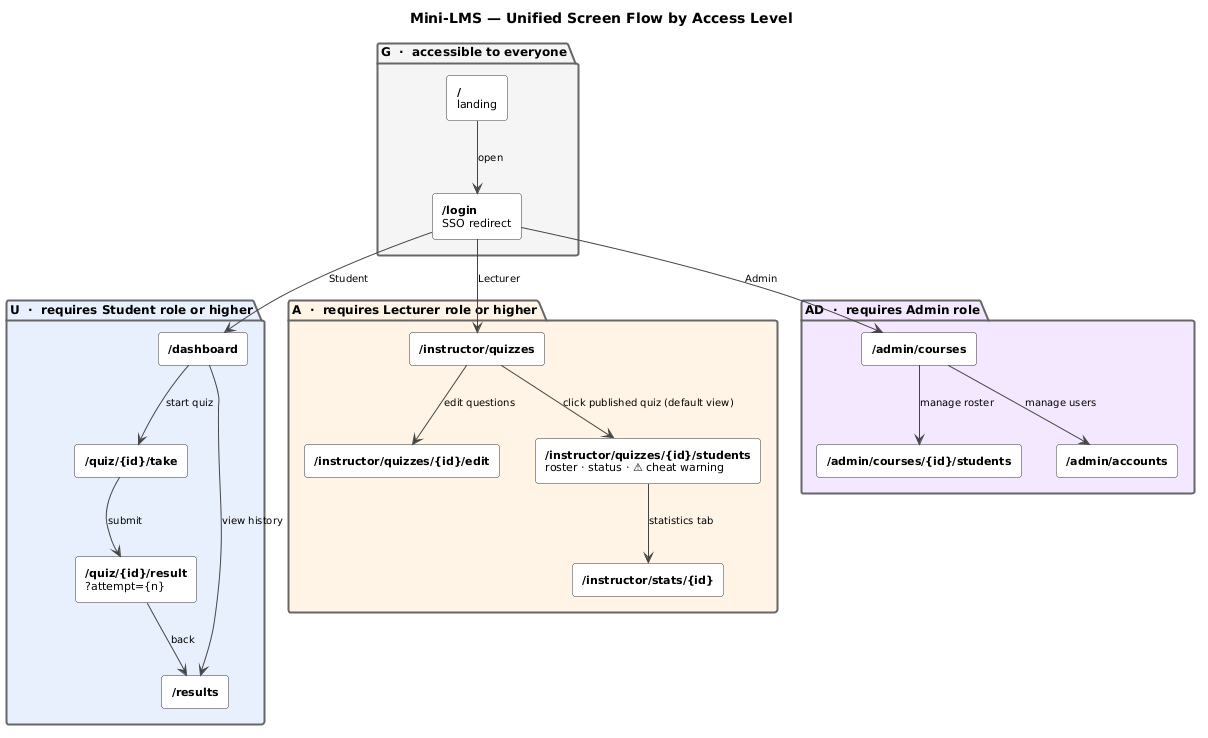
The PlantUML diagram docs/images/flow.png in SE-FDA-NEU-AI66B/AI66B-G3-D3-Mini-LMS, before a commit.
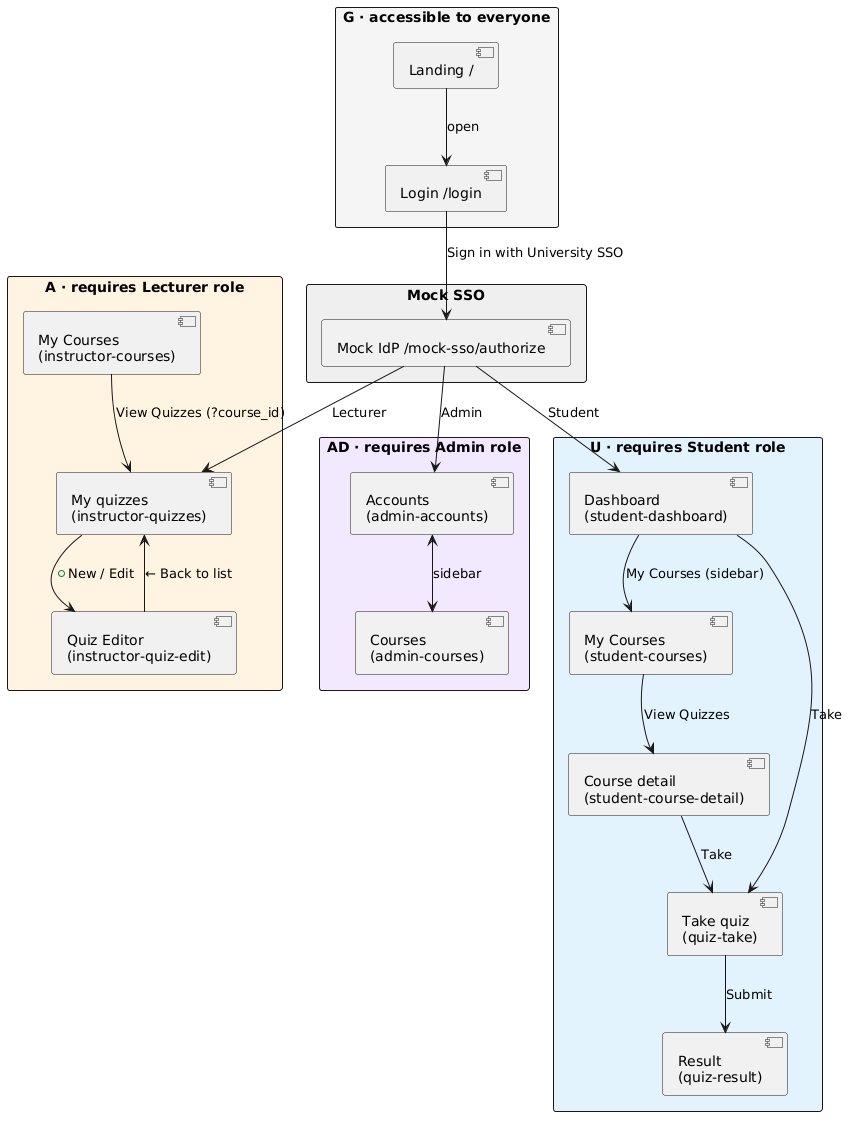
Above is the later version.

What changed in the source:
```diff
@@ -1,71 +1,49 @@
 @startuml
-title Mini-LMS — Unified Screen Flow by Access Level
-top to bottom direction
+skinparam packageStyle rectangle
 
-skinparam rectangle {
-  BackgroundColor White
-  BorderColor #333333
-  FontSize 11
-  RoundCorner 6
-}
-skinparam package {
-  BorderColor #666666
-  BorderThickness 2
-  FontSize 12
-  FontStyle bold
-  BackgroundColor transparent
-}
-skinparam arrow {
-  Color #444444
-  FontSize 10
-}
-skinparam note {
-  BackgroundColor #FFFDE7
-  BorderColor #B5A642
-  FontSize 10
+package "G · accessible to everyone" #F5F5F5 {
+  [Landing /] as G_root
+  [Login /login] as G_login
 }
 
-package "G  ·  accessible to everyone" as PG #F5F5F5 {
-  rectangle "**/**\nlanding" as root
-  rectangle "**/login**\nSSO redirect" as login
+package "Mock SSO" #EEEEEE {
+  [Mock IdP /mock-sso/authorize] as SSO
 }
 
-package "U  ·  requires Student role or higher" as PU #E8F0FE {
-  rectangle "**/dashboard**" as dash
-  rectangle "**/quiz/{id}/take**" as take
-  rectangle "**/quiz/{id}/result**\n?attempt={n}" as result
-  rectangle "**/results**" as results
+package "U · requires Student role" #E3F2FD {
+  [Dashboard\n(student-dashboard)] as S_dash
+  [My Courses\n(student-courses)] as S_courses
+  [Course detail\n(student-course-detail)] as S_detail
+  [Take quiz\n(quiz-take)] as S_take
+  [Result\n(quiz-result)] as S_result
 }
 
-package "A  ·  requires Lecturer role or higher" as PA #FFF4E5 {
-  rectangle "**/instructor/quizzes**" as ins_q
-  rectangle "**/instructor/quizzes/{id}/edit**" as ins_edit
-  rectangle "**/instructor/quizzes/{id}/students**\nroster · status · ⚠ cheat warning" as ins_monitor
-  rectangle "**/instructor/stats/{id}**" as ins_stats
+package "A · requires Lecturer role" #FFF3E0 {
+  [My Courses\n(instructor-courses)] as L_courses
+  [My quizzes\n(instructor-quizzes)] as L_quizzes
+  [Quiz Editor\n(instructor-quiz-edit)] as L_edit
 }
 
-package "AD  ·  requires Admin role" as PAD #F3E8FF {
-  rectangle "**/admin/courses**" as ad_courses
-  rectangle "**/admin/courses/{id}/students**" as ad_students
-  rectangle "**/admin/accounts**" as ad_accounts
+package "AD · requires Admin role" #F3E8FF {
+  [Courses\n(admin-courses)] as A_courses
+  [Accounts\n(admin-accounts)] as A_accounts
 }
 
+G_root  --> G_login  : open
+G_login --> SSO      : Sign in with University SSO
+SSO     --> S_dash   : Student
+SSO     --> L_quizzes : Lecturer
+SSO     --> A_accounts : Admin
 
-root --> login : open
+S_dash --> S_courses : My Courses (sidebar)
+S_dash --> S_take    : Take
+S_courses --> S_detail : View Quizzes
+S_detail  --> S_take : Take
+S_take    --> S_result : Submit
 
-login --> dash      : Student
-login --> ins_q     : Lecturer
-login --> ad_courses: Admin
+L_courses --> L_quizzes : View Quizzes (?course_id)
+L_quizzes --> L_edit    : + New / Edit
+L_edit    --> L_quizzes : ← Back to list
 
-dash --> take   : start quiz
-take --> result : submit
-dash --> results: view history
-result --> results : back
-
-ins_q --> ins_edit    : edit questions
-ins_q --> ins_monitor : click published quiz (default view)
-ins_monitor --> ins_stats : statistics tab
-
-ad_courses --> ad_students : manage roster
-ad_courses --> ad_accounts : manage users
+A_accounts <--> A_courses : sidebar
 @enduml
```
